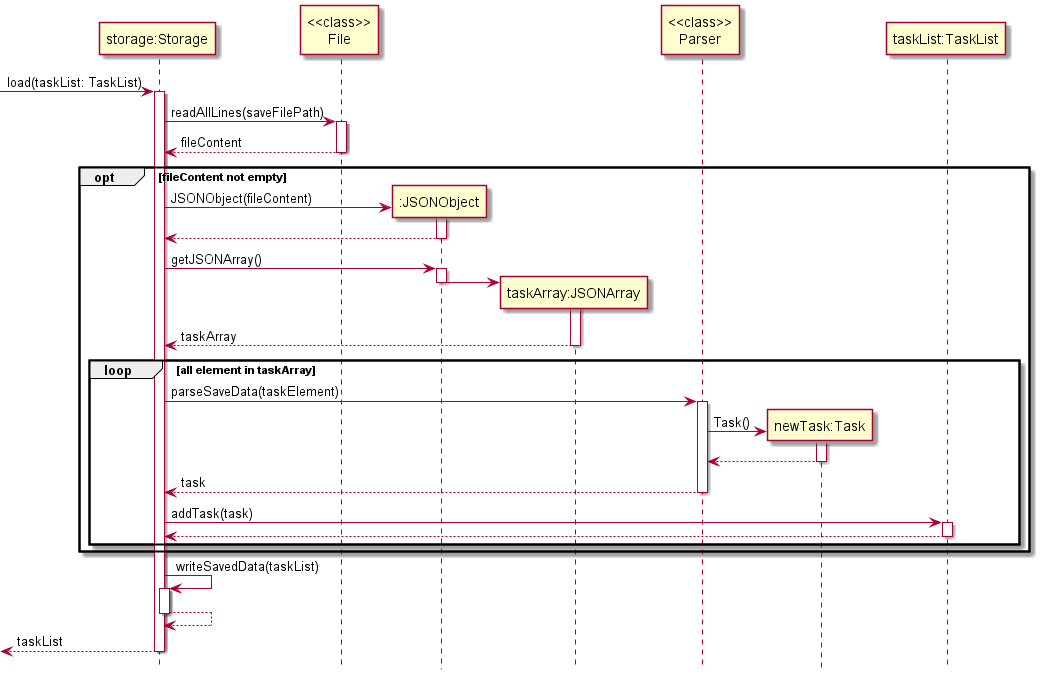
Earlier version of the PlantUML export docs/images/StorageLoadSD.png (nus-cs2113-AY2122S2/tp).
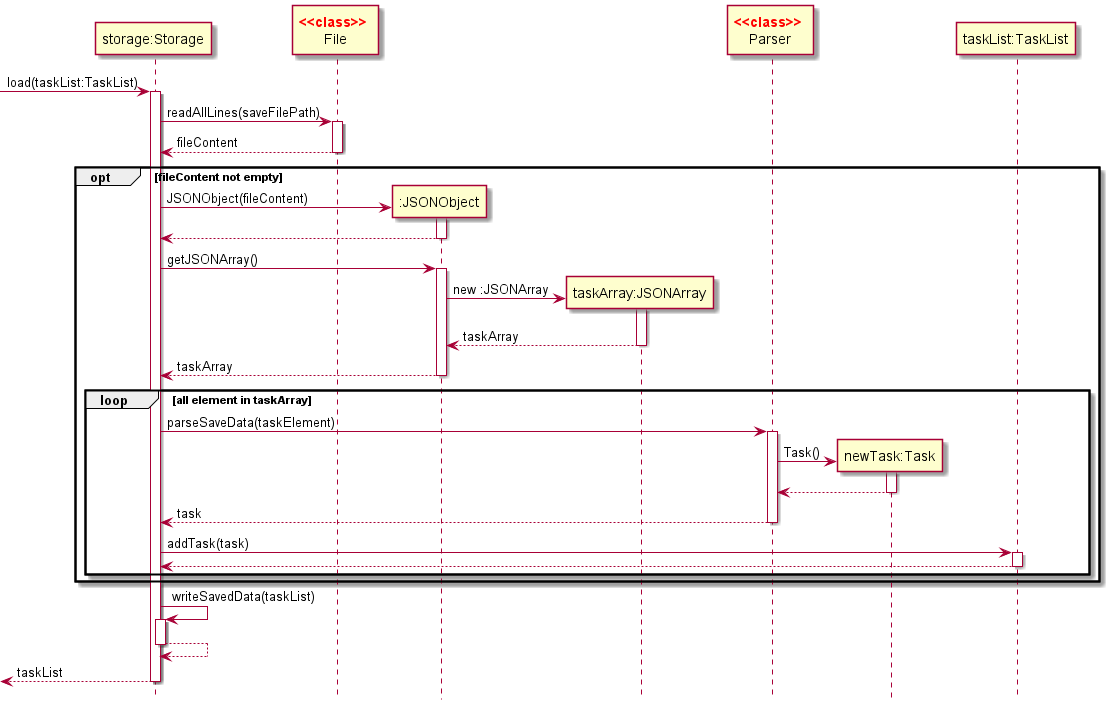
The same diagram one commit later.

Commit message:
Add colour to <<class>> header in sequence diagrams Fix activation bar issues in some sequence diagrams

What changed in the source:
```diff
@@ -2,14 +2,14 @@
 
 hide footbox
 participant Storage as "storage:Storage"
-participant File as "<<class>>\nFile"
+participant File as "<font color=red>**<<class>>** \nFile"
 participant JSONObject as ":JSONObject"
 participant JSONArray as "taskArray:JSONArray"
-participant Parser as "<<class>>\nParser"
+participant Parser as "<font color=red>**<<class>>** \nParser"
 participant Task as "newTask:Task"
 participant List as "taskList:TaskList"
 
-[-> Storage ++: load(taskList: TaskList)
+[-> Storage ++: load(taskList:TaskList)
 
 Storage -> File as "<<class>>\nFile" ++: readAllLines(saveFilePath)
 
@@ -23,10 +23,12 @@
     Storage -> JSONObject ++:getJSONArray()
 
     create JSONArray
-    JSONObject -> JSONArray ++:
+    JSONObject -> JSONArray ++: new :JSONArray
+
+    JSONArray --> JSONObject --: taskArray
+    JSONObject --> Storage: taskArray
     deactivate JSONObject
 
-    JSONArray --> Storage --: taskArray
 
     loop all element in taskArray
         Storage -> Parser ++: parseSaveData(taskElement)
```
